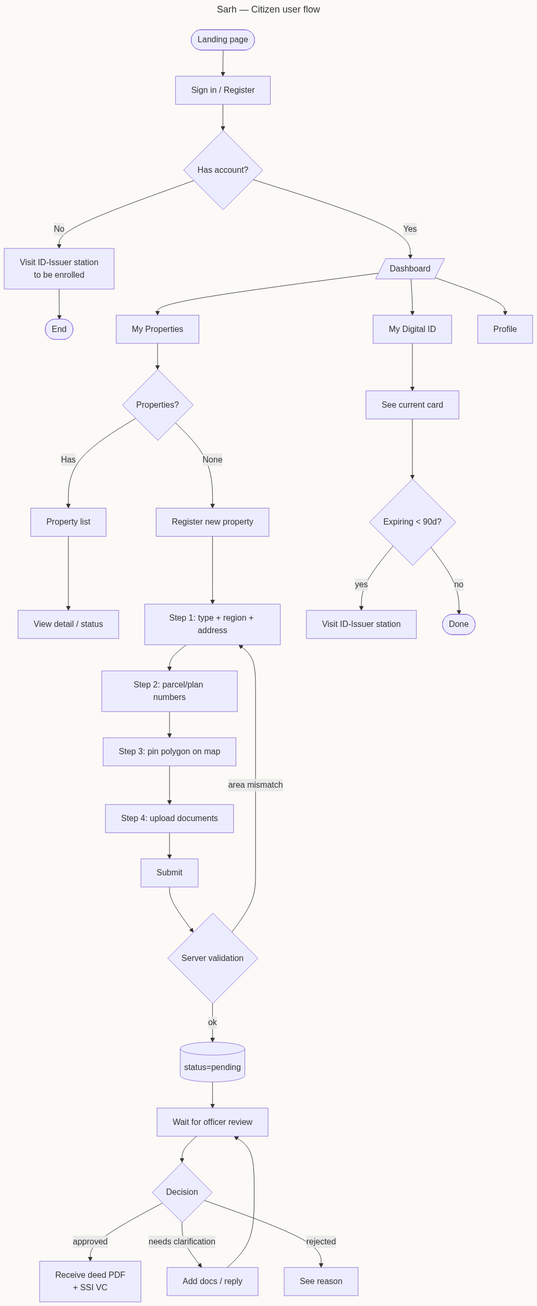
Before: docs/diagrams/user-flow-citizen.png, a diagram exported from Mermaid (AliBelaid/Sarh). Its source is kept beside it as docs/diagrams/user-flow-citizen.mmd.
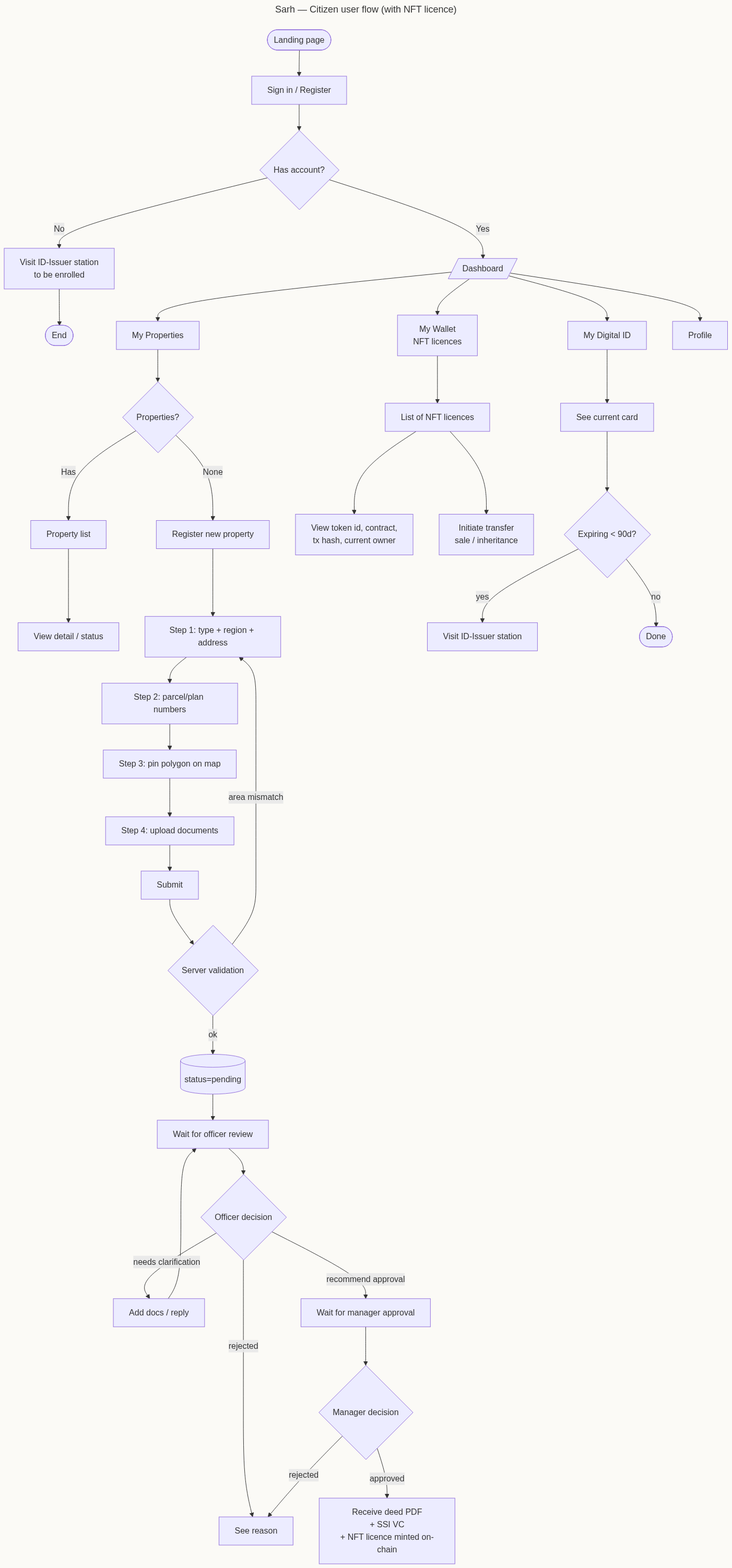
The same file after the commit.

The edit, as a diff of the source:
```diff
@@ -1,5 +1,5 @@
 ---
-title: Sarh — Citizen user flow
+title: Sarh — Citizen user flow (with NFT licence)
 ---
 flowchart TD
     A([Landing page]) --> B[Sign in / Register]
@@ -8,7 +8,8 @@
     C -- Yes --> D[/Dashboard/]
     D --> E[My Properties]
     D --> F[My Digital ID]
-    D --> G[Profile]
+    D --> G[My Wallet<br/>NFT licences]
+    D --> H[Profile]
 
     E --> E1{Properties?}
     E1 -- None --> E2[Register new property]
@@ -24,11 +25,18 @@
     E10 -- ok --> E11[(status=pending)]
     E10 -- area mismatch --> E5
     E11 --> E12[Wait for officer review]
-    E12 --> E13{Decision}
-    E13 -- approved --> E14[Receive deed PDF<br/>+ SSI VC]
+    E12 --> E13{Officer decision}
     E13 -- needs clarification --> E15[Add docs / reply]
     E15 --> E12
     E13 -- rejected --> E16[See reason]
+    E13 -- recommend approval --> E17[Wait for manager approval]
+    E17 --> E18{Manager decision}
+    E18 -- rejected --> E16
+    E18 -- approved --> E19[Receive deed PDF<br/>+ SSI VC<br/>+ NFT licence minted on-chain]
+
+    G --> G1[List of NFT licences]
+    G1 --> G2[View token id, contract,<br/>tx hash, current owner]
+    G1 --> G3[Initiate transfer<br/>sale / inheritance]
 
     F --> F1[See current card]
     F1 --> F2{Expiring < 90d?}
```
